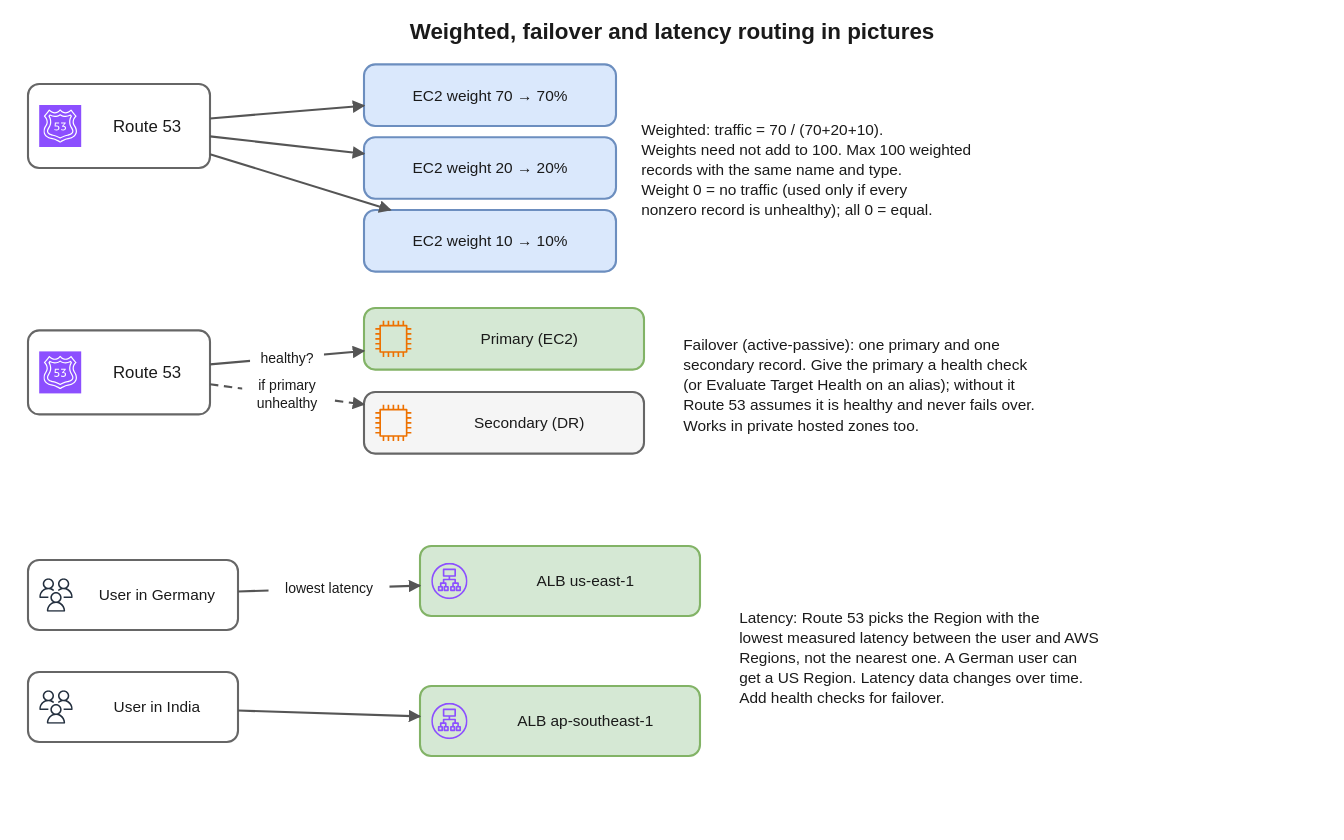
Earlier version of the draw.io export interview-prep/aws/diagrams/r53-06-weighted-failover-latency.drawio.svg (suraj9741/interview). Source tidied: cells renumbered, new cells last; positions are measured from the earlier drawing's top-left corner, leaving out a move shared by most shapes.
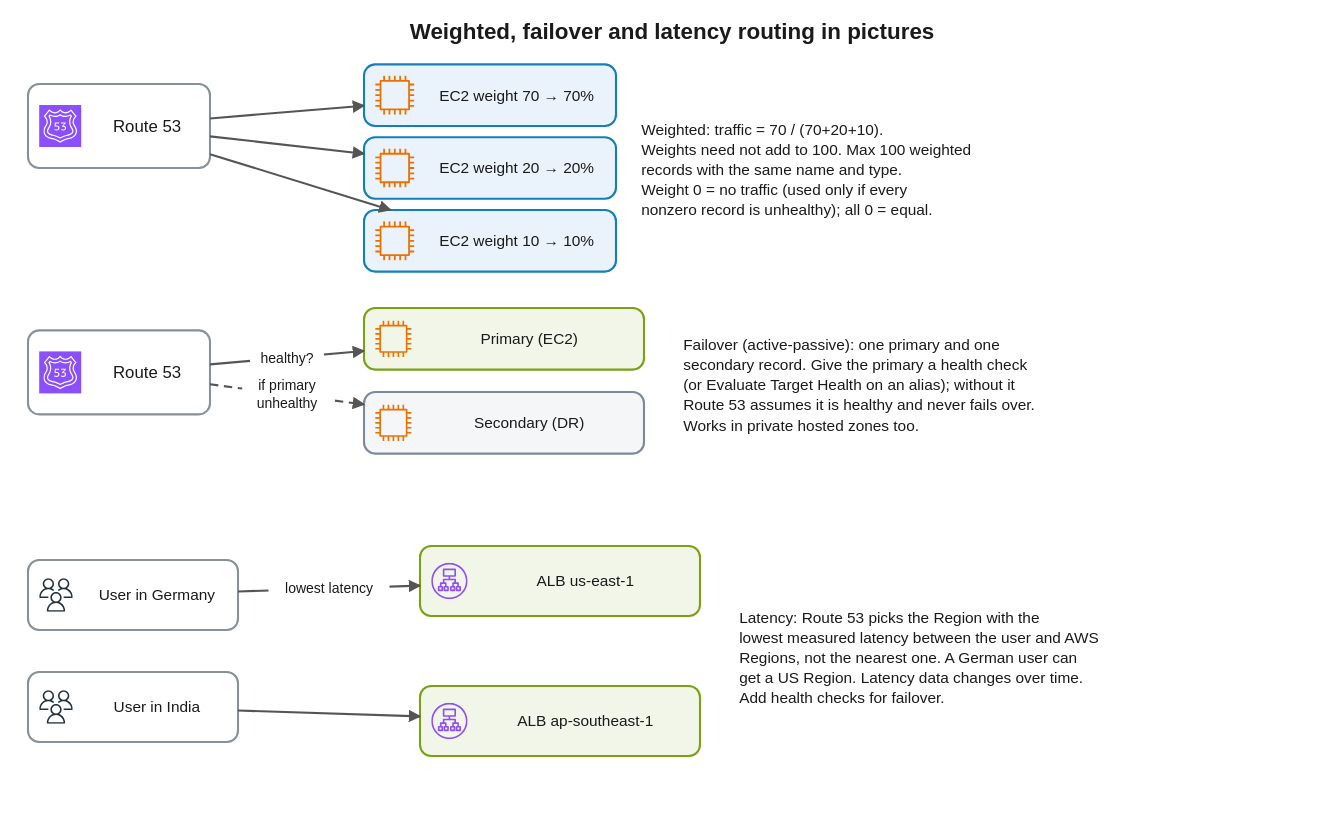
After the change.

Diff of the diagram source:
```diff
@@ -5,37 +5,46 @@
     <mxCell id="2" value="Weighted, failover and latency routing in pictures" style="text;strokeColor=none;fillColor=none;whiteSpace=wrap;html=1;fontSize=16;fontColor=#1a1a1a;fontFamily=Helvetica;align=center;verticalAlign=middle;fontStyle=1;" parent="1" vertex="1">
       <mxGeometry width="960" height="28" as="geometry" />
     </mxCell>
-    <mxCell id="3" value="Route 53" style="rounded=1;absoluteArcSize=1;arcSize=16;fillColor=#ffffff;strokeColor=#666666;strokeWidth=1.5;whiteSpace=wrap;html=1;fontSize=12;fontColor=#1a1a1a;fontFamily=Helvetica;align=center;verticalAlign=middle;spacingLeft=40;" parent="1" vertex="1">
+    <mxCell id="3" value="Route 53" style="rounded=1;absoluteArcSize=1;arcSize=16;fillColor=#FFFFFF;strokeColor=#879196;strokeWidth=1.5;whiteSpace=wrap;html=1;fontSize=12;fontColor=#1a1a1a;fontFamily=Helvetica;align=center;verticalAlign=middle;spacingLeft=40;" parent="1" vertex="1">
       <mxGeometry x="20" y="52" width="130" height="60" as="geometry" />
     </mxCell>
     <mxCell id="4" style="sketch=0;fontColor=#232F3E;gradientColor=none;dashed=0;verticalLabelPosition=bottom;verticalAlign=top;align=center;html=1;fontSize=12;fontStyle=0;fillColor=#8C4FFF;strokeColor=#ffffff;shape=mxgraph.aws4.resourceIcon;resIcon=mxgraph.aws4.route_53;" parent="1" vertex="1">
       <mxGeometry x="28" y="67" width="30" height="30" as="geometry" />
     </mxCell>
-    <mxCell id="5" value="EC2 weight 70 → 70%" style="rounded=1;absoluteArcSize=1;arcSize=16;fillColor=#dae8fc;strokeColor=#6c8ebf;strokeWidth=1.5;whiteSpace=wrap;html=1;fontSize=11;fontColor=#1a1a1a;fontFamily=Helvetica;align=center;verticalAlign=middle;" parent="1" vertex="1">
+    <mxCell id="5" value="EC2 weight 70 → 70%" style="rounded=1;absoluteArcSize=1;arcSize=16;fillColor=#EAF3FB;strokeColor=#147EBA;strokeWidth=1.5;whiteSpace=wrap;html=1;fontSize=11;fontColor=#1a1a1a;fontFamily=Helvetica;align=center;verticalAlign=middle;spacingLeft=38;" parent="1" vertex="1">
       <mxGeometry x="260" y="38" width="180" height="44" as="geometry" />
     </mxCell>
+    <mxCell id="32" style="sketch=0;fontColor=#232F3E;gradientColor=none;dashed=0;verticalLabelPosition=bottom;verticalAlign=top;align=center;html=1;fontSize=12;fontStyle=0;fillColor=#ED7100;strokeColor=none;shape=mxgraph.aws4.instance2;" parent="1" vertex="1">
+      <mxGeometry x="268" y="46" width="28" height="28" as="geometry" />
+    </mxCell>
-    <mxCell id="6" value="EC2 weight 20 → 20%" style="rounded=1;absoluteArcSize=1;arcSize=16;fillColor=#dae8fc;strokeColor=#6c8ebf;strokeWidth=1.5;whiteSpace=wrap;html=1;fontSize=11;fontColor=#1a1a1a;fontFamily=Helvetica;align=center;verticalAlign=middle;" parent="1" vertex="1">
+    <mxCell id="6" value="EC2 weight 20 → 20%" style="rounded=1;absoluteArcSize=1;arcSize=16;fillColor=#EAF3FB;strokeColor=#147EBA;strokeWidth=1.5;whiteSpace=wrap;html=1;fontSize=11;fontColor=#1a1a1a;fontFamily=Helvetica;align=center;verticalAlign=middle;spacingLeft=38;" parent="1" vertex="1">
       <mxGeometry x="260" y="90" width="180" height="44" as="geometry" />
     </mxCell>
+    <mxCell id="33" style="sketch=0;fontColor=#232F3E;gradientColor=none;dashed=0;verticalLabelPosition=bottom;verticalAlign=top;align=center;html=1;fontSize=12;fontStyle=0;fillColor=#ED7100;strokeColor=none;shape=mxgraph.aws4.instance2;" parent="1" vertex="1">
+      <mxGeometry x="268" y="98" width="28" height="28" as="geometry" />
+    </mxCell>
-    <mxCell id="7" value="EC2 weight 10 → 10%" style="rounded=1;absoluteArcSize=1;arcSize=16;fillColor=#dae8fc;strokeColor=#6c8ebf;strokeWidth=1.5;whiteSpace=wrap;html=1;fontSize=11;fontColor=#1a1a1a;fontFamily=Helvetica;align=center;verticalAlign=middle;" parent="1" vertex="1">
+    <mxCell id="7" value="EC2 weight 10 → 10%" style="rounded=1;absoluteArcSize=1;arcSize=16;fillColor=#EAF3FB;strokeColor=#147EBA;strokeWidth=1.5;whiteSpace=wrap;html=1;fontSize=11;fontColor=#1a1a1a;fontFamily=Helvetica;align=center;verticalAlign=middle;spacingLeft=38;" parent="1" vertex="1">
       <mxGeometry x="260" y="142" width="180" height="44" as="geometry" />
     </mxCell>
+    <mxCell id="34" style="sketch=0;fontColor=#232F3E;gradientColor=none;dashed=0;verticalLabelPosition=bottom;verticalAlign=top;align=center;html=1;fontSize=12;fontStyle=0;fillColor=#ED7100;strokeColor=none;shape=mxgraph.aws4.instance2;" parent="1" vertex="1">
+      <mxGeometry x="268" y="150" width="28" height="28" as="geometry" />
+    </mxCell>
     <mxCell id="8" value="Weighted: traffic = 70 / (70+20+10).&lt;br&gt;Weights need not add to 100. Max 100 weighted&lt;br&gt;records with the same name and type.&lt;br&gt;Weight 0 = no traffic (used only if every&lt;br&gt;nonzero record is unhealthy); all 0 = equal." style="text;strokeColor=none;fillColor=none;whiteSpace=wrap;html=1;fontSize=11;fontColor=#1a1a1a;fontFamily=Helvetica;align=left;verticalAlign=middle;spacingLeft=6;" parent="1" vertex="1">
       <mxGeometry x="450" y="38" width="490" height="150" as="geometry" />
     </mxCell>
-    <mxCell id="9" value="Route 53" style="rounded=1;absoluteArcSize=1;arcSize=16;fillColor=#ffffff;strokeColor=#666666;strokeWidth=1.5;whiteSpace=wrap;html=1;fontSize=12;fontColor=#1a1a1a;fontFamily=Helvetica;align=center;verticalAlign=middle;spacingLeft=40;" parent="1" vertex="1">
+    <mxCell id="9" value="Route 53" style="rounded=1;absoluteArcSize=1;arcSize=16;fillColor=#FFFFFF;strokeColor=#879196;strokeWidth=1.5;whiteSpace=wrap;html=1;fontSize=12;fontColor=#1a1a1a;fontFamily=Helvetica;align=center;verticalAlign=middle;spacingLeft=40;" parent="1" vertex="1">
       <mxGeometry x="20" y="228" width="130" height="60" as="geometry" />
     </mxCell>
     <mxCell id="10" style="sketch=0;fontColor=#232F3E;gradientColor=none;dashed=0;verticalLabelPosition=bottom;verticalAlign=top;align=center;html=1;fontSize=12;fontStyle=0;fillColor=#8C4FFF;strokeColor=#ffffff;shape=mxgraph.aws4.resourceIcon;resIcon=mxgraph.aws4.route_53;" parent="1" vertex="1">
       <mxGeometry x="28" y="243" width="30" height="30" as="geometry" />
     </mxCell>
-    <mxCell id="11" value="Primary (EC2)" style="rounded=1;absoluteArcSize=1;arcSize=16;fillColor=#d5e8d4;strokeColor=#82b366;strokeWidth=1.5;whiteSpace=wrap;html=1;fontSize=11;fontColor=#1a1a1a;fontFamily=Helvetica;align=center;verticalAlign=middle;spacingLeft=36;" parent="1" vertex="1">
+    <mxCell id="11" value="Primary (EC2)" style="rounded=1;absoluteArcSize=1;arcSize=16;fillColor=#F2F6E8;strokeColor=#7AA116;strokeWidth=1.5;whiteSpace=wrap;html=1;fontSize=11;fontColor=#1a1a1a;fontFamily=Helvetica;align=center;verticalAlign=middle;spacingLeft=36;" parent="1" vertex="1">
       <mxGeometry x="260" y="212" width="200" height="44" as="geometry" />
     </mxCell>
     <mxCell id="12" style="sketch=0;fontColor=#232F3E;gradientColor=none;dashed=0;verticalLabelPosition=bottom;verticalAlign=top;align=center;html=1;fontSize=12;fontStyle=0;fillColor=#ED7100;strokeColor=none;shape=mxgraph.aws4.instance2;" parent="1" vertex="1">
       <mxGeometry x="268" y="221" width="26" height="26" as="geometry" />
     </mxCell>
-    <mxCell id="13" value="Secondary (DR)" style="rounded=1;absoluteArcSize=1;arcSize=16;fillColor=#f5f5f5;strokeColor=#666666;strokeWidth=1.5;whiteSpace=wrap;html=1;fontSize=11;fontColor=#1a1a1a;fontFamily=Helvetica;align=center;verticalAlign=middle;spacingLeft=36;" parent="1" vertex="1">
+    <mxCell id="13" value="Secondary (DR)" style="rounded=1;absoluteArcSize=1;arcSize=16;fillColor=#F5F6F7;strokeColor=#7D8998;strokeWidth=1.5;whiteSpace=wrap;html=1;fontSize=11;fontColor=#1a1a1a;fontFamily=Helvetica;align=center;verticalAlign=middle;spacingLeft=36;" parent="1" vertex="1">
       <mxGeometry x="260" y="272" width="200" height="44" as="geometry" />
     </mxCell>
     <mxCell id="14" style="sketch=0;fontColor=#232F3E;gradientColor=none;dashed=0;verticalLabelPosition=bottom;verticalAlign=top;align=center;html=1;fontSize=12;fontStyle=0;fillColor=#ED7100;strokeColor=none;shape=mxgraph.aws4.instance2;" parent="1" vertex="1">
@@ -44,25 +53,25 @@
     <mxCell id="15" value="Failover (active-passive): one primary and one&lt;br&gt;secondary record. Give the primary a health check&lt;br&gt;(or Evaluate Target Health on an alias); without it&lt;br&gt;Route 53 assumes it is healthy and never fails over.&lt;br&gt;Works in private hosted zones too." style="text;strokeColor=none;fillColor=none;whiteSpace=wrap;html=1;fontSize=11;fontColor=#1a1a1a;fontFamily=Helvetica;align=left;verticalAlign=middle;spacingLeft=6;" parent="1" vertex="1">
       <mxGeometry x="480" y="212" width="460" height="110" as="geometry" />
     </mxCell>
-    <mxCell id="16" value="User in Germany" style="rounded=1;absoluteArcSize=1;arcSize=16;fillColor=#ffffff;strokeColor=#666666;strokeWidth=1.5;whiteSpace=wrap;html=1;fontSize=11;fontColor=#1a1a1a;fontFamily=Helvetica;align=center;verticalAlign=middle;spacingLeft=34;" parent="1" vertex="1">
+    <mxCell id="16" value="User in Germany" style="rounded=1;absoluteArcSize=1;arcSize=16;fillColor=#FFFFFF;strokeColor=#879196;strokeWidth=1.5;whiteSpace=wrap;html=1;fontSize=11;fontColor=#1a1a1a;fontFamily=Helvetica;align=center;verticalAlign=middle;spacingLeft=34;" parent="1" vertex="1">
       <mxGeometry x="20" y="392" width="150" height="50" as="geometry" />
     </mxCell>
     <mxCell id="17" style="sketch=0;fontColor=#232F3E;gradientColor=none;dashed=0;verticalLabelPosition=bottom;verticalAlign=top;align=center;html=1;fontSize=12;fontStyle=0;fillColor=#232F3E;strokeColor=none;shape=mxgraph.aws4.users;" parent="1" vertex="1">
       <mxGeometry x="28" y="405" width="24" height="24" as="geometry" />
     </mxCell>
-    <mxCell id="18" value="User in India" style="rounded=1;absoluteArcSize=1;arcSize=16;fillColor=#ffffff;strokeColor=#666666;strokeWidth=1.5;whiteSpace=wrap;html=1;fontSize=11;fontColor=#1a1a1a;fontFamily=Helvetica;align=center;verticalAlign=middle;spacingLeft=34;" parent="1" vertex="1">
+    <mxCell id="18" value="User in India" style="rounded=1;absoluteArcSize=1;arcSize=16;fillColor=#FFFFFF;strokeColor=#879196;strokeWidth=1.5;whiteSpace=wrap;html=1;fontSize=11;fontColor=#1a1a1a;fontFamily=Helvetica;align=center;verticalAlign=middle;spacingLeft=34;" parent="1" vertex="1">
       <mxGeometry x="20" y="472" width="150" height="50" as="geometry" />
     </mxCell>
     <mxCell id="19" style="sketch=0;fontColor=#232F3E;gradientColor=none;dashed=0;verticalLabelPosition=bottom;verticalAlign=top;align=center;html=1;fontSize=12;fontStyle=0;fillColor=#232F3E;strokeColor=none;shape=mxgraph.aws4.users;" parent="1" vertex="1">
       <mxGeometry x="28" y="485" width="24" height="24" as="geometry" />
     </mxCell>
-    <mxCell id="20" value="ALB us-east-1" style="rounded=1;absoluteArcSize=1;arcSize=16;fillColor=#d5e8d4;strokeColor=#82b366;strokeWidth=1.5;whiteSpace=wrap;html=1;fontSize=11;fontColor=#1a1a1a;fontFamily=Helvetica;align=center;verticalAlign=middle;spacingLeft=36;" parent="1" vertex="1">
+    <mxCell id="20" value="ALB us-east-1" style="rounded=1;absoluteArcSize=1;arcSize=16;fillColor=#F2F6E8;strokeColor=#7AA116;strokeWidth=1.5;whiteSpace=wrap;html=1;fontSize=11;fontColor=#1a1a1a;fontFamily=Helvetica;align=center;verticalAlign=middle;spacingLeft=36;" parent="1" vertex="1">
       <mxGeometry x="300" y="382" width="200" height="50" as="geometry" />
     </mxCell>
     <mxCell id="21" style="sketch=0;fontColor=#232F3E;gradientColor=none;dashed=0;verticalLabelPosition=bottom;verticalAlign=top;align=center;html=1;fontSize=12;fontStyle=0;fillColor=#8C4FFF;strokeColor=none;shape=mxgraph.aws4.application_load_balancer;" parent="1" vertex="1">
       <mxGeometry x="308" y="394" width="26" height="26" as="geometry" />
     </mxCell>
-    <mxCell id="22" value="ALB ap-southeast-1" style="rounded=1;absoluteArcSize=1;arcSize=16;fillColor=#d5e8d4;strokeColor=#82b366;strokeWidth=1.5;whiteSpace=wrap;html=1;fontSize=11;fontColor=#1a1a1a;fontFamily=Helvetica;align=center;verticalAlign=middle;spacingLeft=36;" parent="1" vertex="1">
+    <mxCell id="22" value="ALB ap-southeast-1" style="rounded=1;absoluteArcSize=1;arcSize=16;fillColor=#F2F6E8;strokeColor=#7AA116;strokeWidth=1.5;whiteSpace=wrap;html=1;fontSize=11;fontColor=#1a1a1a;fontFamily=Helvetica;align=center;verticalAlign=middle;spacingLeft=36;" parent="1" vertex="1">
       <mxGeometry x="300" y="482" width="200" height="50" as="geometry" />
     </mxCell>
     <mxCell id="23" style="sketch=0;fontColor=#232F3E;gradientColor=none;dashed=0;verticalLabelPosition=bottom;verticalAlign=top;align=center;html=1;fontSize=12;fontStyle=0;fillColor=#8C4FFF;strokeColor=none;shape=mxgraph.aws4.application_load_balancer;" parent="1" vertex="1">
```
